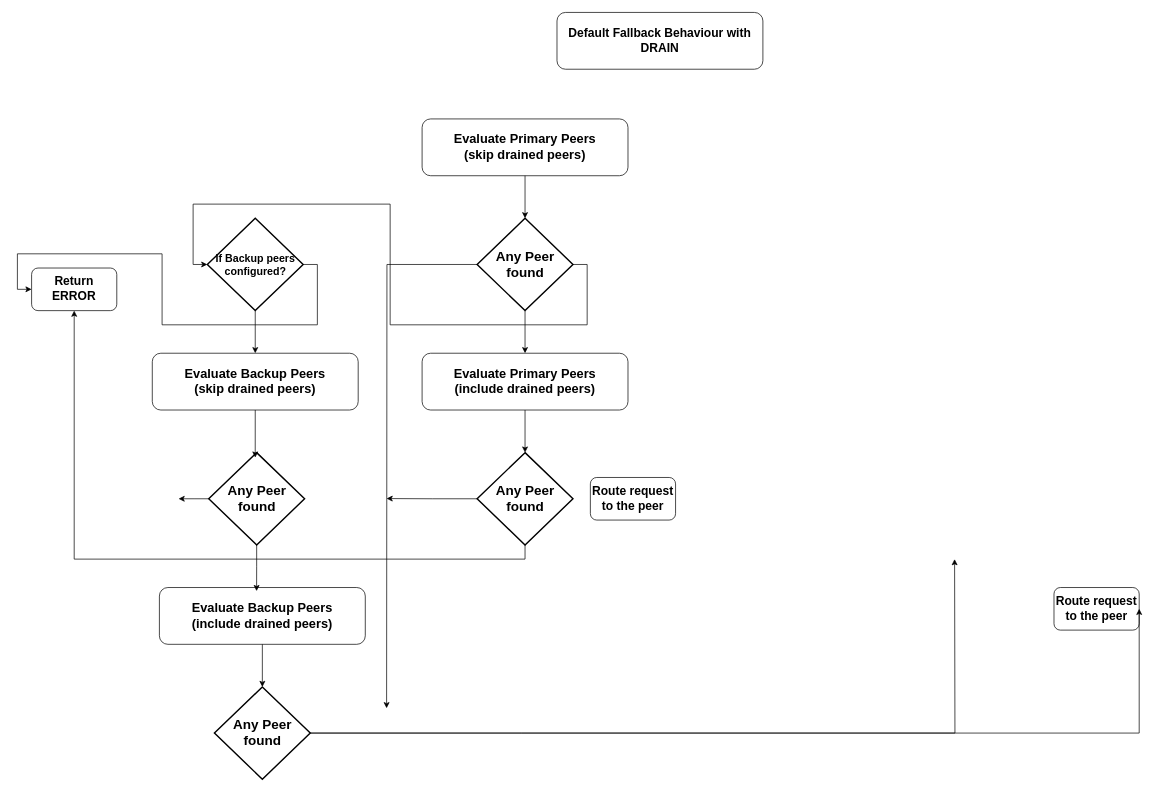
The draw.io diagram img/no_fallback.drawio in NithishK2002/Test, before the edit. Source tidied: cells renumbered, new cells numbered last; positions are measured from the earlier drawing's top-left corner, leaving out a move shared by most shapes. Both pictures are drawn from the tidied source at 71%, with x=0, y=0 at pixel (31, 12).
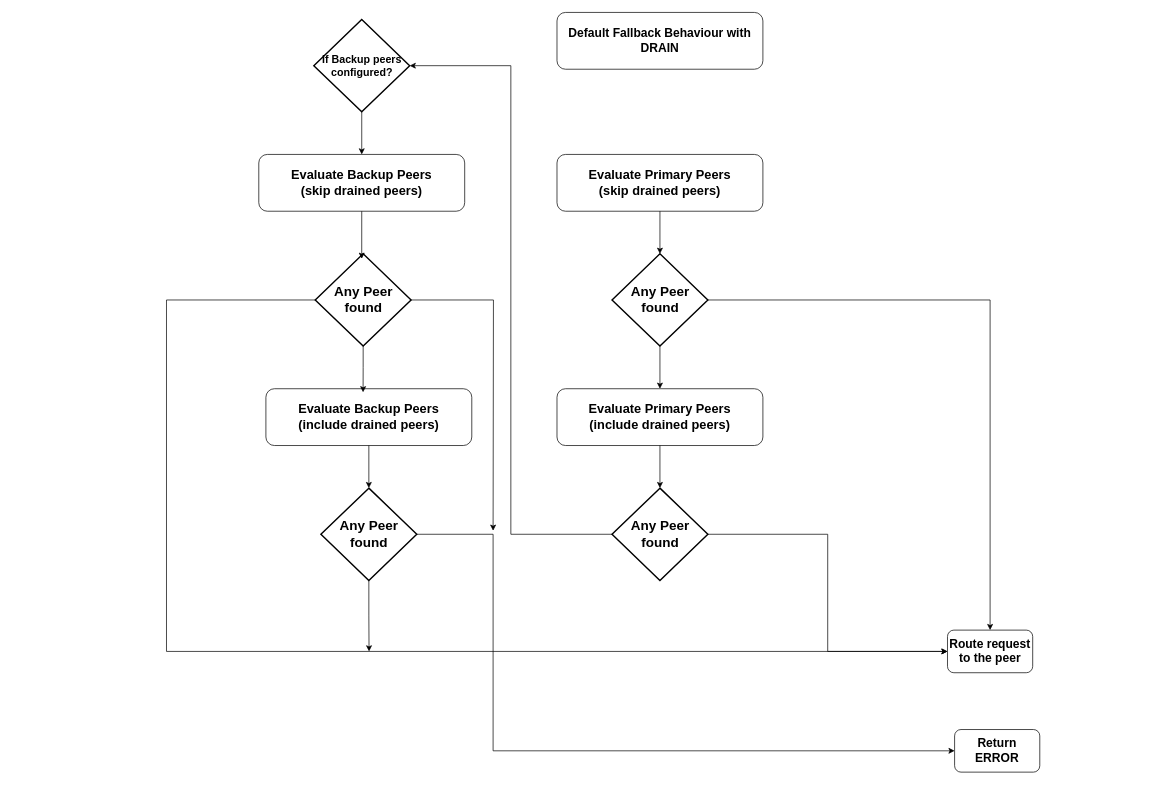
After the change.

What changed in the source:
```diff
@@
     <mxCell id="3" value="&lt;div&gt;&lt;b&gt;&lt;font style=&quot;font-size: 18px;&quot;&gt;Evaluate Primary Peers&lt;/font&gt;&lt;/b&gt;&lt;/div&gt;&lt;div&gt;&lt;b&gt;&lt;font style=&quot;font-size: 18px;&quot;&gt;(skip drained peers)&lt;/font&gt;&lt;/b&gt;&lt;/div&gt;" style="rounded=1;whiteSpace=wrap;html=1;" parent="1" vertex="1">
-      <mxGeometry x="550" y="150" width="290" height="80" as="geometry" />
+      <mxGeometry x="740" y="200" width="290" height="80" as="geometry" />
     </mxCell>
@@
-    <mxCell id="5" style="edgeStyle=orthogonalEdgeStyle;rounded=0;jettySize=auto;html=1;exitX=0;exitY=0.5;exitDx=0;exitDy=0;exitPerimeter=0;" parent="1" edge="1" source="6">
-      <mxGeometry relative="1" as="geometry">
-        <mxPoint x="500" y="980" as="targetPoint" />
-      </mxGeometry>
-    </mxCell>
+    <mxCell id="30" style="edgeStyle=orthogonalEdgeStyle;rounded=0;jettySize=auto;html=1;exitX=1;exitY=0.5;exitDx=0;exitDy=0;exitPerimeter=0;entryX=0.5;entryY=0;entryDx=0;entryDy=0;" parent="1" edge="1" source="6" target="16">
+      <mxGeometry relative="1" as="geometry" />
+    </mxCell>
     <mxCell id="6" value="&lt;b&gt;&lt;font style=&quot;font-size: 19px;&quot;&gt;Any Peer found&lt;/font&gt;&lt;/b&gt;" style="strokeWidth=2;html=1;shape=mxgraph.flowchart.decision;whiteSpace=wrap;" parent="1" vertex="1">
-      <mxGeometry x="627.5" y="290" width="135" height="130" as="geometry" />
+      <mxGeometry x="817.5" y="340" width="135" height="130" as="geometry" />
     </mxCell>
@@
-    <mxCell id="8" style="edgeStyle=orthogonalEdgeStyle;rounded=0;jettySize=auto;html=1;exitX=1;exitY=0.5;exitDx=0;exitDy=0;exitPerimeter=0;entryX=0;entryY=0.5;entryDx=0;entryDy=0;" parent="1" edge="1" source="9" target="19">
-      <mxGeometry relative="1" as="geometry" />
-    </mxCell>
     <mxCell id="9" value="&lt;font style=&quot;font-size: 15px;&quot;&gt;&lt;b&gt;If Backup peers configured?&lt;/b&gt;&lt;/font&gt;" style="strokeWidth=2;html=1;shape=mxgraph.flowchart.decision;whiteSpace=wrap;" parent="1" vertex="1">
-      <mxGeometry x="247.5" y="290" width="135" height="130" as="geometry" />
+      <mxGeometry x="397.5" y="10" width="135" height="130" as="geometry" />
     </mxCell>
-    <mxCell id="10" style="edgeStyle=orthogonalEdgeStyle;rounded=0;jettySize=auto;html=1;exitX=1;exitY=0.5;exitDx=0;exitDy=0;exitPerimeter=0;entryX=0;entryY=0.5;entryDx=0;entryDy=0;entryPerimeter=0;" parent="1" edge="1" source="6" target="9">
-      <mxGeometry relative="1" as="geometry" />
-    </mxCell>
@@
     <mxCell id="12" value="&lt;div&gt;&lt;b&gt;&lt;font style=&quot;font-size: 18px;&quot;&gt;Evaluate Primary Peers&lt;/font&gt;&lt;/b&gt;&lt;/div&gt;&lt;div&gt;&lt;b&gt;&lt;font style=&quot;font-size: 18px;&quot;&gt;(include drained peers)&lt;/font&gt;&lt;/b&gt;&lt;/div&gt;" style="rounded=1;whiteSpace=wrap;html=1;" parent="1" vertex="1">
-      <mxGeometry x="550" y="480" width="290" height="80" as="geometry" />
+      <mxGeometry x="740" y="530" width="290" height="80" as="geometry" />
     </mxCell>
-    <mxCell id="13" style="edgeStyle=orthogonalEdgeStyle;rounded=0;jettySize=auto;html=1;exitX=0.5;exitY=1;exitDx=0;exitDy=0;exitPerimeter=0;entryX=0.5;entryY=1;entryDx=0;entryDy=0;" parent="1" edge="1" source="15" target="19">
-      <mxGeometry relative="1" as="geometry" />
-    </mxCell>
-    <mxCell id="14" style="edgeStyle=orthogonalEdgeStyle;rounded=0;jettySize=auto;html=1;exitX=0;exitY=0.5;exitDx=0;exitDy=0;exitPerimeter=0;" parent="1" edge="1" source="15">
-      <mxGeometry relative="1" as="geometry">
-        <mxPoint x="500" y="684.7" as="targetPoint" />
-      </mxGeometry>
-    </mxCell>
+    <mxCell id="31" style="edgeStyle=orthogonalEdgeStyle;rounded=0;jettySize=auto;html=1;exitX=1;exitY=0.5;exitDx=0;exitDy=0;exitPerimeter=0;entryX=0;entryY=0.5;entryDx=0;entryDy=0;" parent="1" edge="1" source="15" target="16">
+      <mxGeometry relative="1" as="geometry" />
+    </mxCell>
     <mxCell id="15" value="&lt;b&gt;&lt;font style=&quot;font-size: 19px;&quot;&gt;Any Peer found&lt;/font&gt;&lt;/b&gt;" style="strokeWidth=2;html=1;shape=mxgraph.flowchart.decision;whiteSpace=wrap;" parent="1" vertex="1">
-      <mxGeometry x="627.5" y="620" width="135" height="130" as="geometry" />
+      <mxGeometry x="817.5" y="670" width="135" height="130" as="geometry" />
     </mxCell>
     <mxCell id="16" value="&lt;b&gt;&lt;font style=&quot;font-size: 17px;&quot;&gt;Route request to the peer&lt;/font&gt;&lt;/b&gt;" style="rounded=1;whiteSpace=wrap;html=1;" parent="1" vertex="1">
-      <mxGeometry x="1440" y="810" width="120" height="60" as="geometry" />
+      <mxGeometry x="1290" y="870" width="120" height="60" as="geometry" />
     </mxCell>
@@
     <mxCell id="18" value="&lt;div&gt;&lt;b&gt;&lt;font style=&quot;font-size: 18px;&quot;&gt;Evaluate Backup Peers&lt;/font&gt;&lt;/b&gt;&lt;/div&gt;&lt;div&gt;&lt;b&gt;&lt;font style=&quot;font-size: 18px;&quot;&gt;(skip drained peers)&lt;/font&gt;&lt;/b&gt;&lt;/div&gt;" style="rounded=1;whiteSpace=wrap;html=1;" parent="1" vertex="1">
-      <mxGeometry x="170" y="480" width="290" height="80" as="geometry" />
+      <mxGeometry x="320" y="200" width="290" height="80" as="geometry" />
     </mxCell>
     <mxCell id="19" value="&lt;font style=&quot;font-size: 17px;&quot;&gt;&lt;b&gt;Return ERROR&lt;/b&gt;&lt;/font&gt;" style="rounded=1;whiteSpace=wrap;html=1;" parent="1" vertex="1">
-      <mxGeometry y="360" width="120" height="60" as="geometry" />
+      <mxGeometry x="1300" y="1010" width="120" height="60" as="geometry" />
     </mxCell>
-    <mxCell id="20" style="edgeStyle=orthogonalEdgeStyle;rounded=0;jettySize=auto;html=1;exitX=0;exitY=0.5;exitDx=0;exitDy=0;exitPerimeter=0;entryX=1;entryY=0.5;entryDx=0;entryDy=0;" parent="1" edge="1" source="21">
-      <mxGeometry relative="1" as="geometry">
-        <mxPoint x="207" y="685" as="targetPoint" />
-      </mxGeometry>
-    </mxCell>
+    <mxCell id="32" style="edgeStyle=orthogonalEdgeStyle;rounded=0;jettySize=auto;html=1;exitX=0;exitY=0.5;exitDx=0;exitDy=0;exitPerimeter=0;entryX=0;entryY=0.5;entryDx=0;entryDy=0;" parent="1" edge="1" source="21" target="16">
+      <mxGeometry relative="1" as="geometry">
+        <Array as="points">
+          <mxPoint x="190" y="405" />
+          <mxPoint x="190" y="900" />
+        </Array>
+      </mxGeometry>
+    </mxCell>
+    <mxCell id="33" style="edgeStyle=orthogonalEdgeStyle;rounded=0;jettySize=auto;html=1;exitX=1;exitY=0.5;exitDx=0;exitDy=0;exitPerimeter=0;" parent="1" edge="1" source="21">
+      <mxGeometry relative="1" as="geometry">
+        <mxPoint x="650" y="730" as="targetPoint" />
+      </mxGeometry>
+    </mxCell>
     <mxCell id="21" value="&lt;b&gt;&lt;font style=&quot;font-size: 19px;&quot;&gt;Any Peer found&lt;/font&gt;&lt;/b&gt;" style="strokeWidth=2;html=1;shape=mxgraph.flowchart.decision;whiteSpace=wrap;" parent="1" vertex="1">
-      <mxGeometry x="249.5" y="620" width="135" height="130" as="geometry" />
+      <mxGeometry x="399.5" y="340" width="135" height="130" as="geometry" />
     </mxCell>
-    <mxCell id="22" value="&lt;b&gt;&lt;font style=&quot;font-size: 17px;&quot;&gt;Route request to the peer&lt;/font&gt;&lt;/b&gt;" style="rounded=1;whiteSpace=wrap;html=1;" parent="1" vertex="1">
-      <mxGeometry x="787" y="655" width="120" height="60" as="geometry" />
-    </mxCell>
@@
     <mxCell id="24" value="&lt;div&gt;&lt;b&gt;&lt;font style=&quot;font-size: 18px;&quot;&gt;Evaluate Backup Peers&lt;/font&gt;&lt;/b&gt;&lt;/div&gt;&lt;div&gt;&lt;b&gt;&lt;font style=&quot;font-size: 18px;&quot;&gt;(include drained peers)&lt;/font&gt;&lt;/b&gt;&lt;/div&gt;" style="rounded=1;whiteSpace=wrap;html=1;" parent="1" vertex="1">
-      <mxGeometry x="180" y="810" width="290" height="80" as="geometry" />
+      <mxGeometry x="330" y="530" width="290" height="80" as="geometry" />
     </mxCell>
-    <mxCell id="25" style="edgeStyle=orthogonalEdgeStyle;rounded=0;jettySize=auto;html=1;exitX=0;exitY=0.5;exitDx=0;exitDy=0;exitPerimeter=0;entryX=1;entryY=0.5;entryDx=0;entryDy=0;" parent="1" edge="1" source="27" target="16">
-      <mxGeometry relative="1" as="geometry">
-        <Array as="points">
-          <mxPoint x="690" y="1015" />
-          <mxPoint x="690" y="1015" />
-        </Array>
-      </mxGeometry>
-    </mxCell>
-    <mxCell id="26" style="edgeStyle=orthogonalEdgeStyle;rounded=0;jettySize=auto;html=1;exitX=1;exitY=0.5;exitDx=0;exitDy=0;exitPerimeter=0;" parent="1" edge="1" source="27">
-      <mxGeometry relative="1" as="geometry">
-        <mxPoint x="1300" y="770" as="targetPoint" />
-      </mxGeometry>
-    </mxCell>
+    <mxCell id="34" style="edgeStyle=orthogonalEdgeStyle;rounded=0;jettySize=auto;html=1;exitX=0.5;exitY=1;exitDx=0;exitDy=0;exitPerimeter=0;" parent="1" edge="1" source="27">
+      <mxGeometry relative="1" as="geometry">
+        <mxPoint x="475.3" y="900" as="targetPoint" />
+      </mxGeometry>
+    </mxCell>
+    <mxCell id="35" style="edgeStyle=orthogonalEdgeStyle;rounded=0;jettySize=auto;html=1;exitX=1;exitY=0.5;exitDx=0;exitDy=0;exitPerimeter=0;entryX=0;entryY=0.5;entryDx=0;entryDy=0;" parent="1" edge="1" source="27" target="19">
+      <mxGeometry relative="1" as="geometry">
+        <Array as="points">
+          <mxPoint x="650" y="735" />
+          <mxPoint x="650" y="1040" />
+        </Array>
+      </mxGeometry>
+    </mxCell>
     <mxCell id="27" value="&lt;b&gt;&lt;font style=&quot;font-size: 19px;&quot;&gt;Any Peer found&lt;/font&gt;&lt;/b&gt;" style="strokeWidth=2;html=1;shape=mxgraph.flowchart.decision;whiteSpace=wrap;" parent="1" vertex="1">
-      <mxGeometry x="257.5" y="950" width="135" height="130" as="geometry" />
+      <mxGeometry x="407.5" y="670" width="135" height="130" as="geometry" />
     </mxCell>
@@
+    <mxCell id="36" style="edgeStyle=orthogonalEdgeStyle;rounded=0;jettySize=auto;html=1;exitX=0;exitY=0.5;exitDx=0;exitDy=0;exitPerimeter=0;entryX=1;entryY=0.5;entryDx=0;entryDy=0;entryPerimeter=0;" parent="1" edge="1" source="15" target="9">
+      <mxGeometry relative="1" as="geometry" />
+    </mxCell>
```
